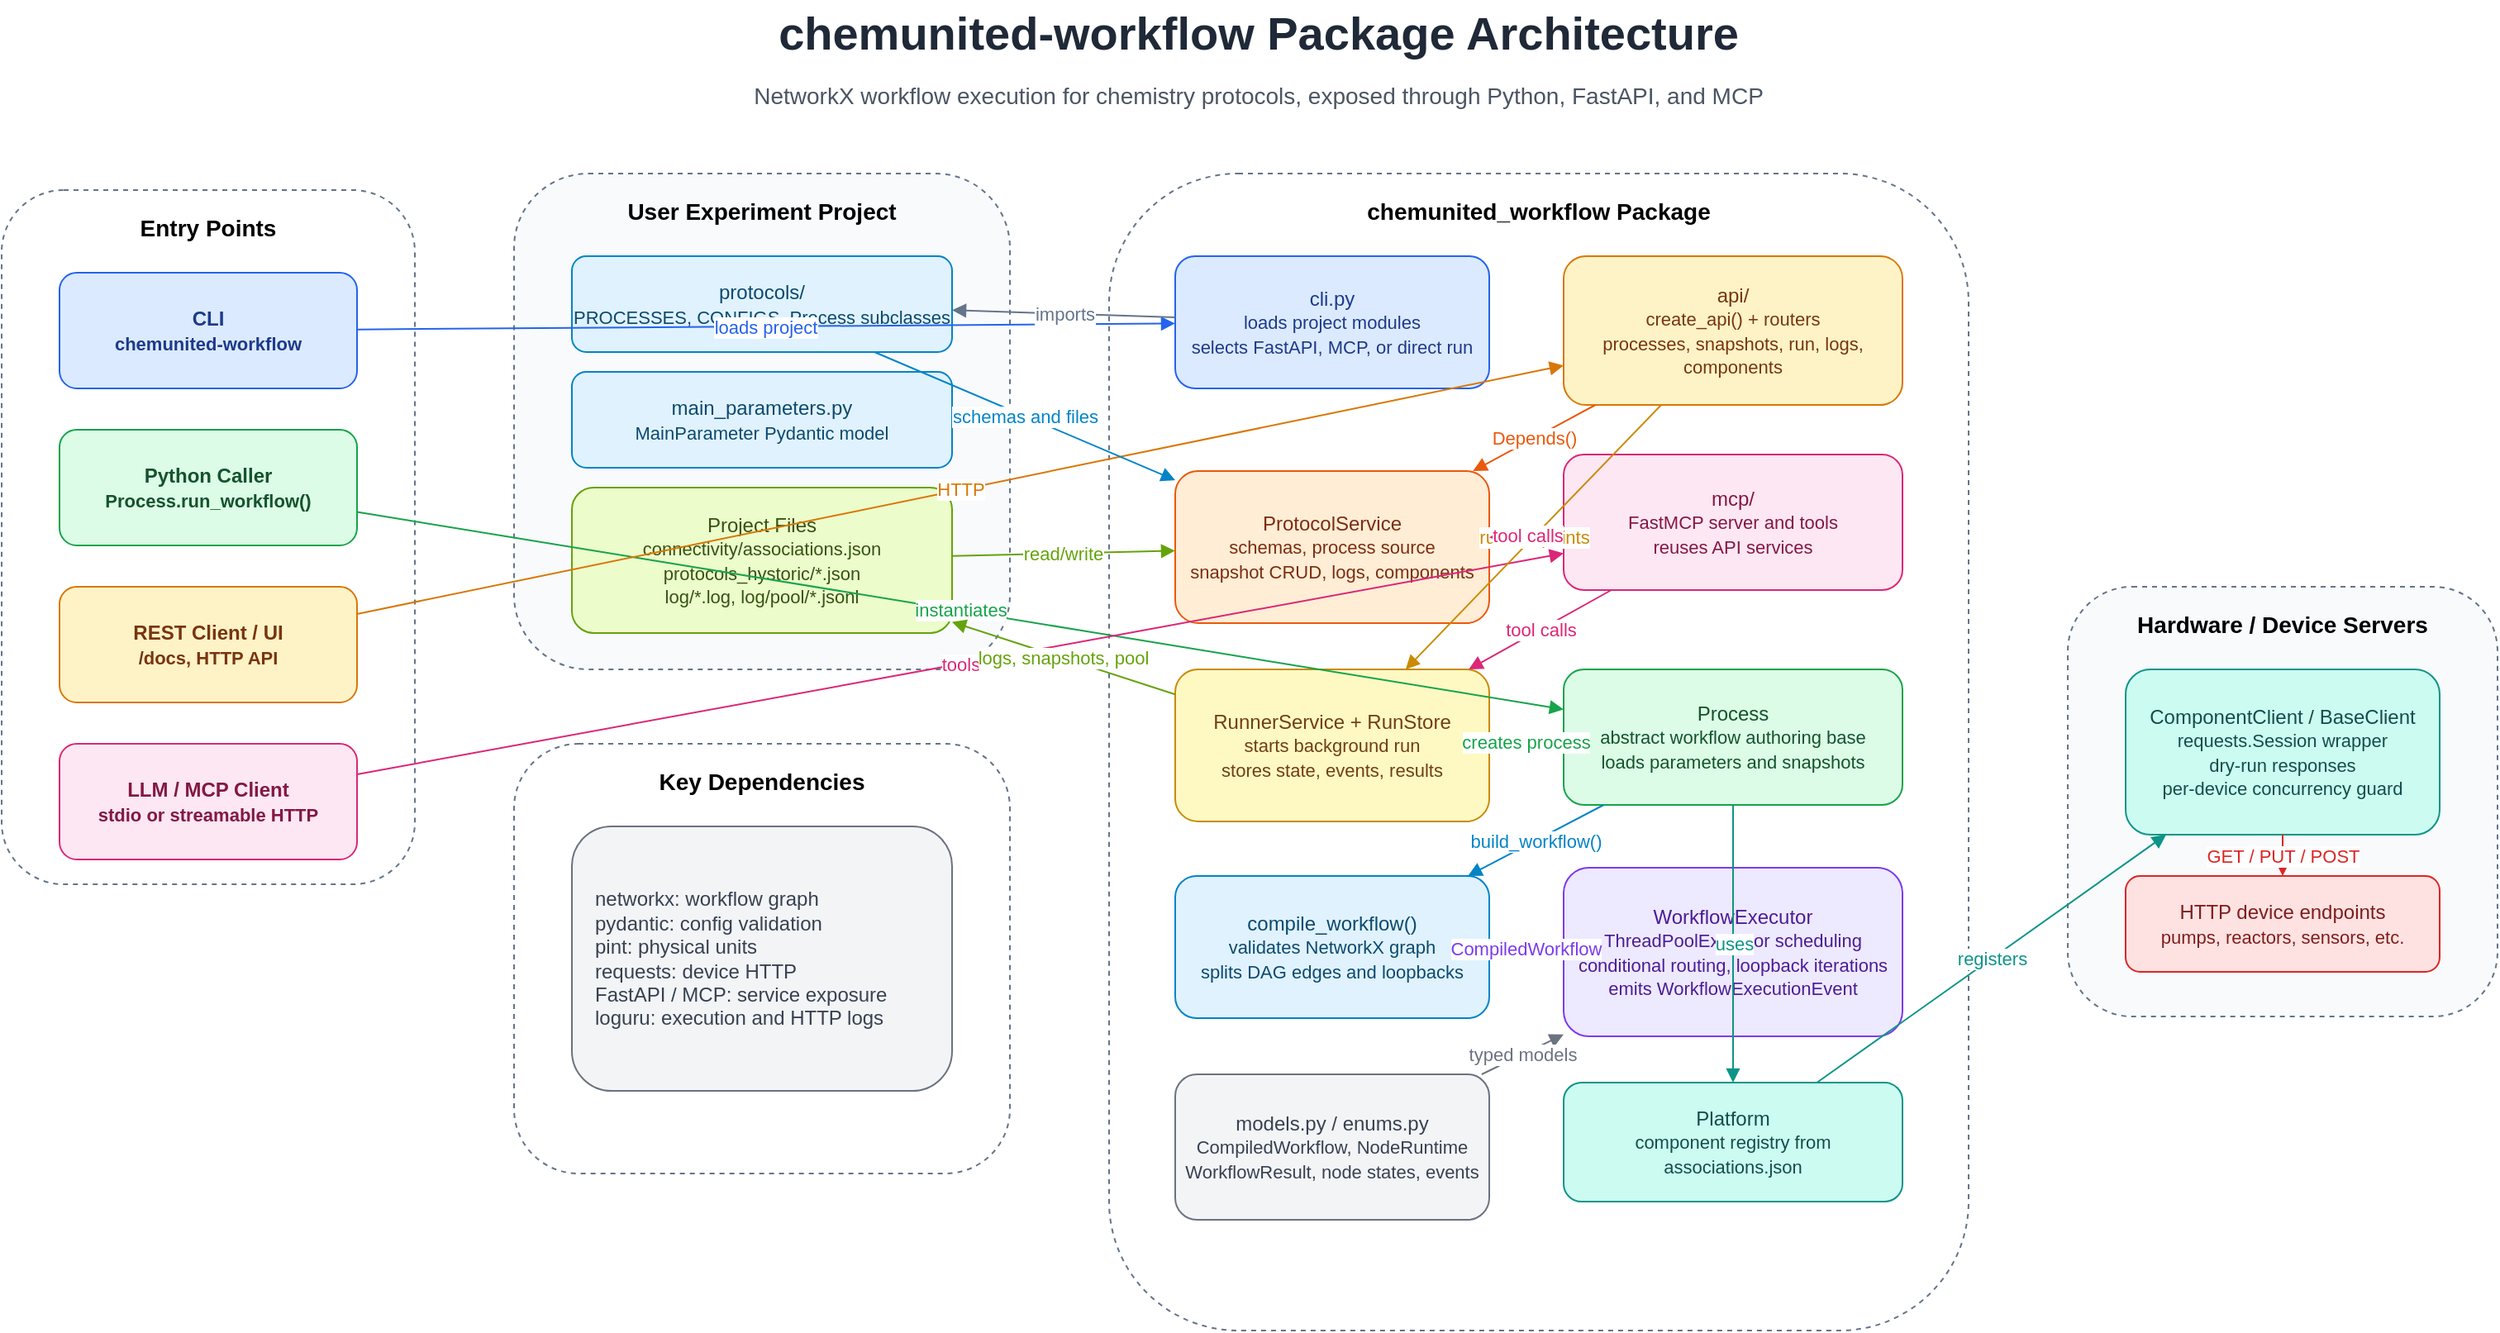
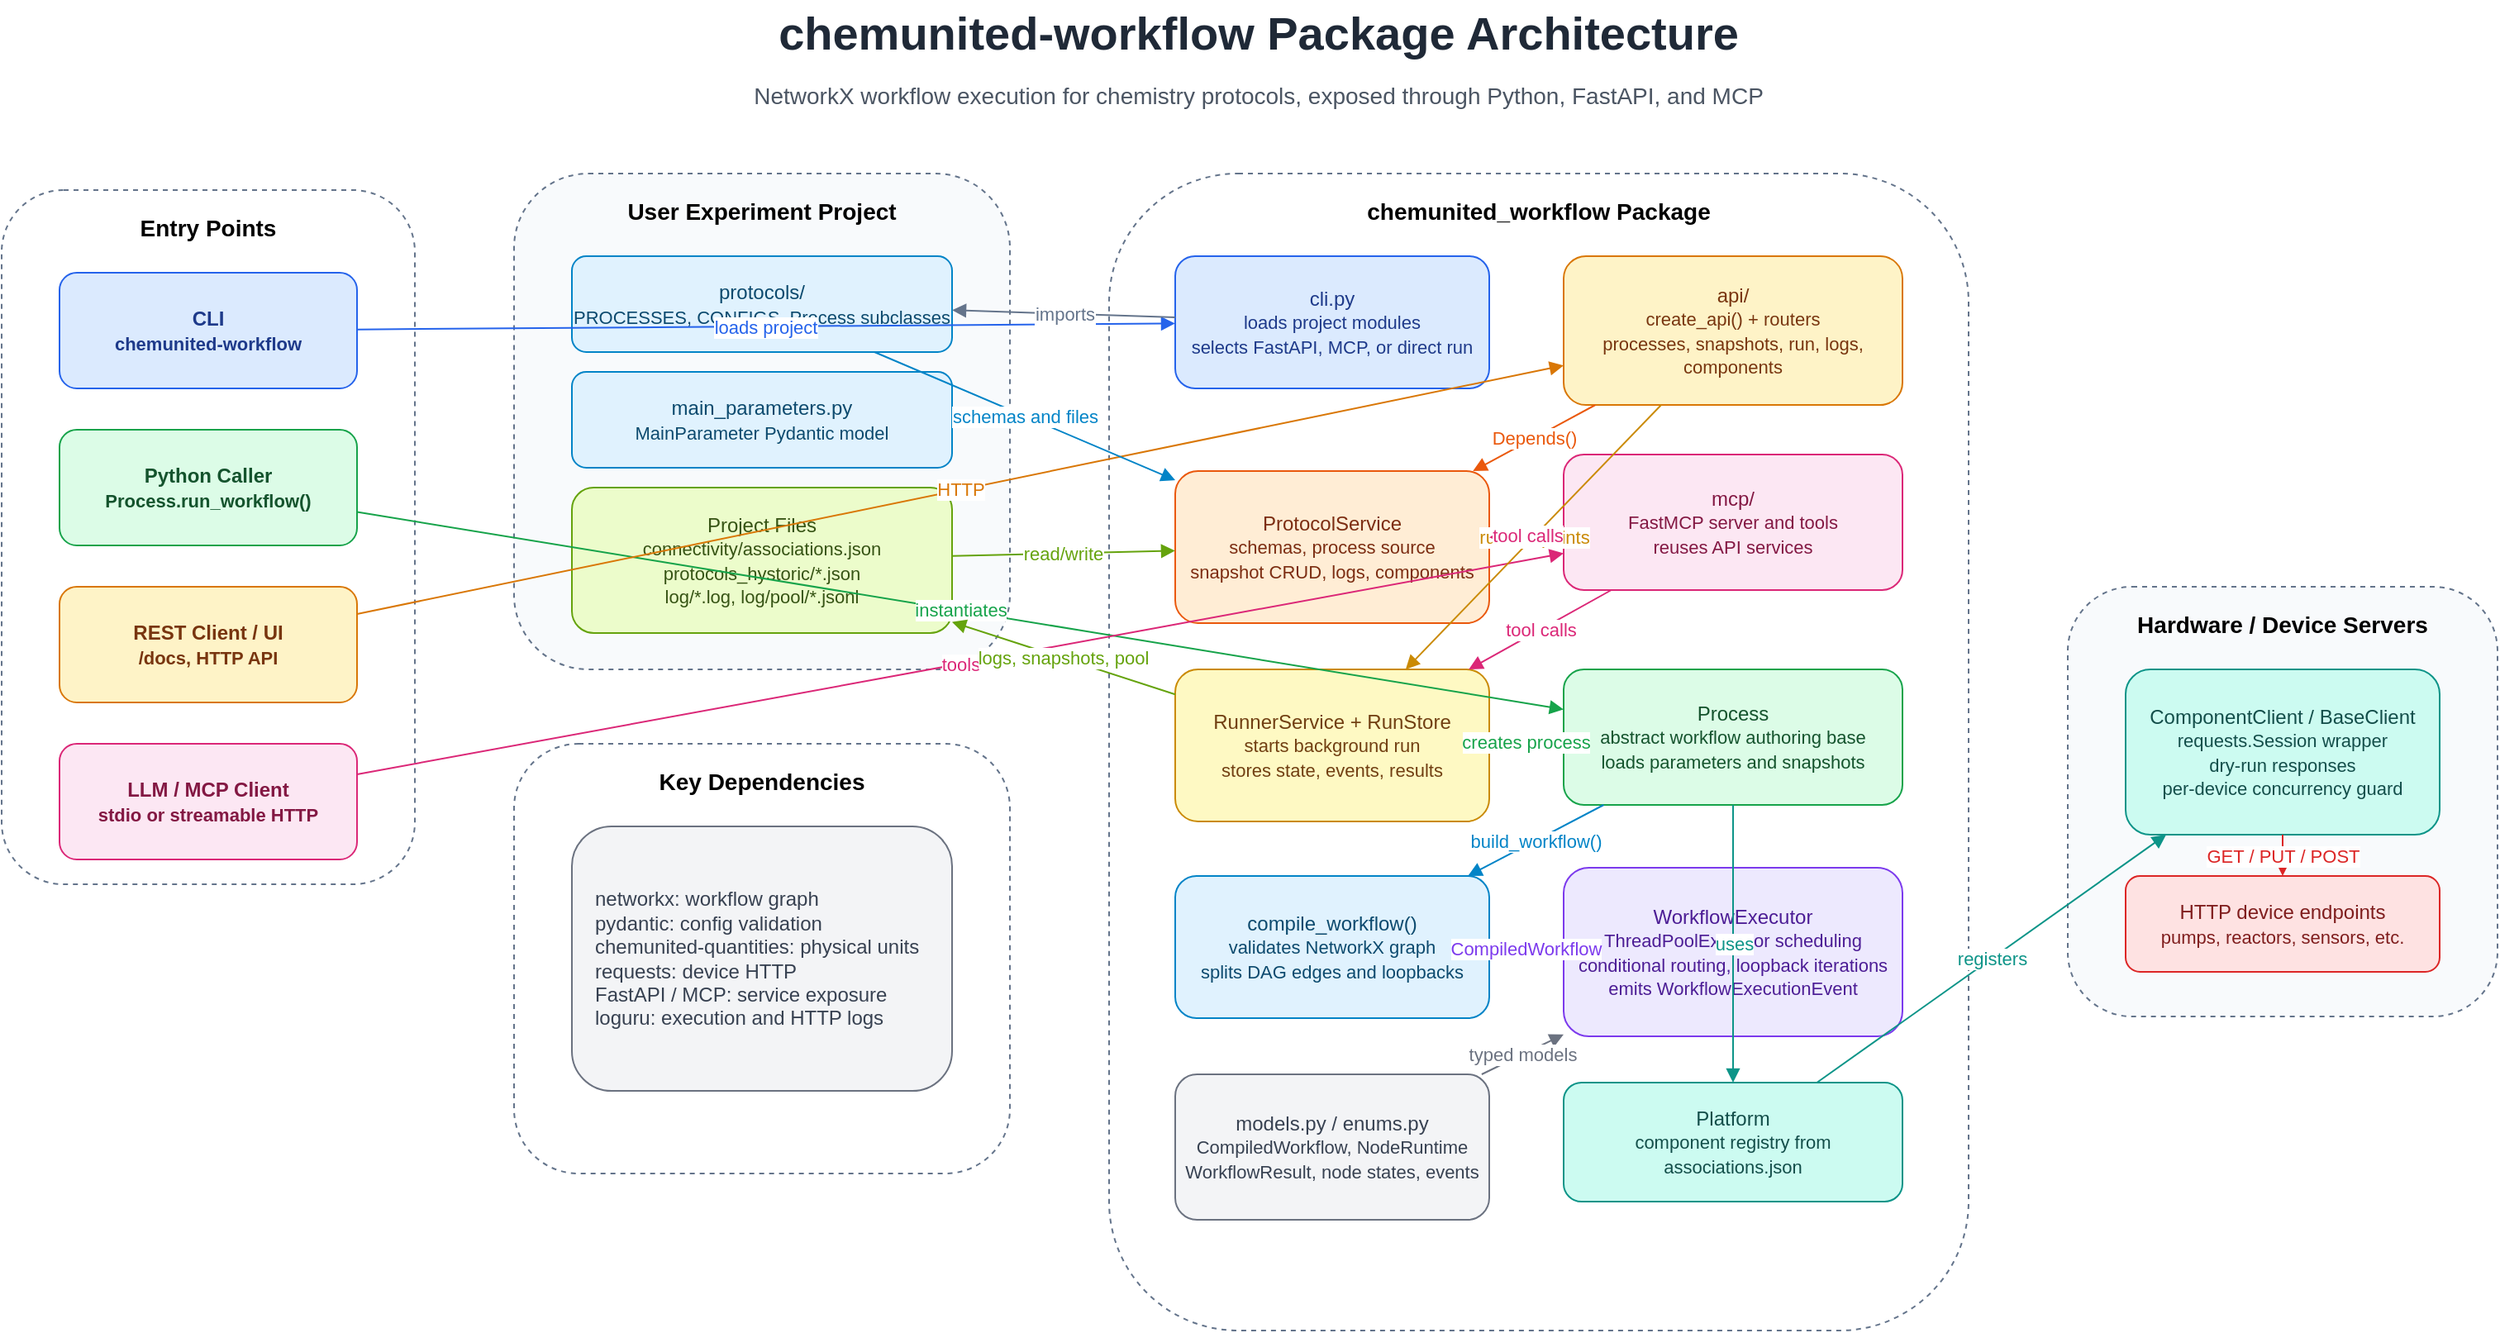
<mxfile host="app.diagrams.net" modified="2026-05-26T22:35:00.000Z" agent="Codex" version="24.7.17" type="device">
  <diagram id="architecture" name="Package Architecture">
    <mxGraphModel dx="1800" dy="1100" grid="1" gridSize="10" guides="1" tooltips="1" connect="1" arrows="1" fold="1" page="1" pageScale="1" pageWidth="1600" pageHeight="1100" math="0" shadow="0">
      <root>
        <mxCell id="0" />
        <mxCell id="1" parent="0" />
        <mxCell id="arch-title" value="chemunited-workflow Package Architecture" style="text;html=1;strokeColor=none;fillColor=none;align=center;verticalAlign=middle;fontSize=28;fontStyle=1;fontColor=#1f2937;" vertex="1" parent="1">
          <mxGeometry x="420" y="25" width="760" height="40" as="geometry" />
        </mxCell>
        <mxCell id="arch-subtitle" value="NetworkX workflow execution for chemistry protocols, exposed through Python, FastAPI, and MCP" style="text;html=1;strokeColor=none;fillColor=none;align=center;verticalAlign=middle;fontSize=14;fontColor=#4b5563;" vertex="1" parent="1">
          <mxGeometry x="355" y="68" width="890" height="30" as="geometry" />
        </mxCell>

        <mxCell id="ext-group" value="Entry Points" style="rounded=1;whiteSpace=wrap;html=1;dashed=1;strokeColor=#64748b;fillColor=none;fontStyle=1;fontSize=14;verticalAlign=top;spacingTop=8;" vertex="1" parent="1">
          <mxGeometry x="40" y="140" width="250" height="420" as="geometry" />
        </mxCell>
        <mxCell id="cli" value="CLI&lt;br&gt;&lt;font style=&quot;font-size: 11px&quot;&gt;chemunited-workflow&lt;/font&gt;" style="rounded=1;whiteSpace=wrap;html=1;fillColor=#dbeafe;strokeColor=#2563eb;fontStyle=1;fontColor=#1e3a8a;" vertex="1" parent="1">
          <mxGeometry x="75" y="190" width="180" height="70" as="geometry" />
        </mxCell>
        <mxCell id="python" value="Python Caller&lt;br&gt;&lt;font style=&quot;font-size: 11px&quot;&gt;Process.run_workflow()&lt;/font&gt;" style="rounded=1;whiteSpace=wrap;html=1;fillColor=#dcfce7;strokeColor=#16a34a;fontStyle=1;fontColor=#14532d;" vertex="1" parent="1">
          <mxGeometry x="75" y="285" width="180" height="70" as="geometry" />
        </mxCell>
        <mxCell id="rest-client" value="REST Client / UI&lt;br&gt;&lt;font style=&quot;font-size: 11px&quot;&gt;/docs, HTTP API&lt;/font&gt;" style="rounded=1;whiteSpace=wrap;html=1;fillColor=#fef3c7;strokeColor=#d97706;fontStyle=1;fontColor=#78350f;" vertex="1" parent="1">
          <mxGeometry x="75" y="380" width="180" height="70" as="geometry" />
        </mxCell>
        <mxCell id="mcp-client" value="LLM / MCP Client&lt;br&gt;&lt;font style=&quot;font-size: 11px&quot;&gt;stdio or streamable HTTP&lt;/font&gt;" style="rounded=1;whiteSpace=wrap;html=1;fillColor=#fce7f3;strokeColor=#db2777;fontStyle=1;fontColor=#831843;" vertex="1" parent="1">
          <mxGeometry x="75" y="475" width="180" height="70" as="geometry" />
        </mxCell>

        <mxCell id="project-group" value="User Experiment Project" style="rounded=1;whiteSpace=wrap;html=1;dashed=1;strokeColor=#64748b;fillColor=#f8fafc;fontStyle=1;fontSize=14;verticalAlign=top;spacingTop=8;" vertex="1" parent="1">
          <mxGeometry x="350" y="130" width="300" height="300" as="geometry" />
        </mxCell>
        <mxCell id="project-protocols" value="protocols/&lt;br&gt;&lt;font style=&quot;font-size: 11px&quot;&gt;PROCESSES, CONFIGS, Process subclasses&lt;/font&gt;" style="rounded=1;whiteSpace=wrap;html=1;fillColor=#e0f2fe;strokeColor=#0284c7;fontColor=#0c4a6e;" vertex="1" parent="1">
          <mxGeometry x="385" y="180" width="230" height="58" as="geometry" />
        </mxCell>
        <mxCell id="main-params" value="main_parameters.py&lt;br&gt;&lt;font style=&quot;font-size: 11px&quot;&gt;MainParameter Pydantic model&lt;/font&gt;" style="rounded=1;whiteSpace=wrap;html=1;fillColor=#e0f2fe;strokeColor=#0284c7;fontColor=#0c4a6e;" vertex="1" parent="1">
          <mxGeometry x="385" y="250" width="230" height="58" as="geometry" />
        </mxCell>
        <mxCell id="project-storage" value="Project Files&lt;br&gt;&lt;font style=&quot;font-size: 11px&quot;&gt;connectivity/associations.json&lt;br&gt;protocols_hystoric/*.json&lt;br&gt;log/*.log, log/pool/*.jsonl&lt;/font&gt;" style="rounded=1;whiteSpace=wrap;html=1;fillColor=#ecfccb;strokeColor=#65a30d;fontColor=#365314;" vertex="1" parent="1">
          <mxGeometry x="385" y="320" width="230" height="88" as="geometry" />
        </mxCell>

        <mxCell id="package-group" value="chemunited_workflow Package" style="rounded=1;whiteSpace=wrap;html=1;dashed=1;strokeColor=#64748b;fillColor=#ffffff;fontStyle=1;fontSize=14;verticalAlign=top;spacingTop=8;" vertex="1" parent="1">
          <mxGeometry x="710" y="130" width="520" height="700" as="geometry" />
        </mxCell>
        <mxCell id="cli-loader" value="cli.py&lt;br&gt;&lt;font style=&quot;font-size: 11px&quot;&gt;loads project modules&lt;br&gt;selects FastAPI, MCP, or direct run&lt;/font&gt;" style="rounded=1;whiteSpace=wrap;html=1;fillColor=#dbeafe;strokeColor=#2563eb;fontColor=#1e3a8a;" vertex="1" parent="1">
          <mxGeometry x="750" y="180" width="190" height="80" as="geometry" />
        </mxCell>
        <mxCell id="api-layer" value="api/&lt;br&gt;&lt;font style=&quot;font-size: 11px&quot;&gt;create_api() + routers&lt;br&gt;processes, snapshots, run, logs, components&lt;/font&gt;" style="rounded=1;whiteSpace=wrap;html=1;fillColor=#fef3c7;strokeColor=#d97706;fontColor=#78350f;" vertex="1" parent="1">
          <mxGeometry x="985" y="180" width="205" height="90" as="geometry" />
        </mxCell>
        <mxCell id="mcp-layer" value="mcp/&lt;br&gt;&lt;font style=&quot;font-size: 11px&quot;&gt;FastMCP server and tools&lt;br&gt;reuses API services&lt;/font&gt;" style="rounded=1;whiteSpace=wrap;html=1;fillColor=#fce7f3;strokeColor=#db2777;fontColor=#831843;" vertex="1" parent="1">
          <mxGeometry x="985" y="300" width="205" height="82" as="geometry" />
        </mxCell>
        <mxCell id="protocol-service" value="ProtocolService&lt;br&gt;&lt;font style=&quot;font-size: 11px&quot;&gt;schemas, process source&lt;br&gt;snapshot CRUD, logs, components&lt;/font&gt;" style="rounded=1;whiteSpace=wrap;html=1;fillColor=#ffedd5;strokeColor=#ea580c;fontColor=#7c2d12;" vertex="1" parent="1">
          <mxGeometry x="750" y="310" width="190" height="92" as="geometry" />
        </mxCell>
        <mxCell id="runner-service" value="RunnerService + RunStore&lt;br&gt;&lt;font style=&quot;font-size: 11px&quot;&gt;starts background run&lt;br&gt;stores state, events, results&lt;/font&gt;" style="rounded=1;whiteSpace=wrap;html=1;fillColor=#fef9c3;strokeColor=#ca8a04;fontColor=#713f12;" vertex="1" parent="1">
          <mxGeometry x="750" y="430" width="190" height="92" as="geometry" />
        </mxCell>
        <mxCell id="process-core" value="Process&lt;br&gt;&lt;font style=&quot;font-size: 11px&quot;&gt;abstract workflow authoring base&lt;br&gt;loads parameters and snapshots&lt;/font&gt;" style="rounded=1;whiteSpace=wrap;html=1;fillColor=#dcfce7;strokeColor=#16a34a;fontColor=#14532d;" vertex="1" parent="1">
          <mxGeometry x="985" y="430" width="205" height="82" as="geometry" />
        </mxCell>
        <mxCell id="compiler" value="compile_workflow()&lt;br&gt;&lt;font style=&quot;font-size: 11px&quot;&gt;validates NetworkX graph&lt;br&gt;splits DAG edges and loopbacks&lt;/font&gt;" style="rounded=1;whiteSpace=wrap;html=1;fillColor=#e0f2fe;strokeColor=#0284c7;fontColor=#0c4a6e;" vertex="1" parent="1">
          <mxGeometry x="750" y="555" width="190" height="86" as="geometry" />
        </mxCell>
        <mxCell id="executor" value="WorkflowExecutor&lt;br&gt;&lt;font style=&quot;font-size: 11px&quot;&gt;ThreadPoolExecutor scheduling&lt;br&gt;conditional routing, loopback iterations&lt;br&gt;emits WorkflowExecutionEvent&lt;/font&gt;" style="rounded=1;whiteSpace=wrap;html=1;fillColor=#ede9fe;strokeColor=#7c3aed;fontColor=#4c1d95;" vertex="1" parent="1">
          <mxGeometry x="985" y="550" width="205" height="102" as="geometry" />
        </mxCell>
        <mxCell id="models" value="models.py / enums.py&lt;br&gt;&lt;font style=&quot;font-size: 11px&quot;&gt;CompiledWorkflow, NodeRuntime&lt;br&gt;WorkflowResult, node states, events&lt;/font&gt;" style="rounded=1;whiteSpace=wrap;html=1;fillColor=#f3f4f6;strokeColor=#6b7280;fontColor=#374151;" vertex="1" parent="1">
          <mxGeometry x="750" y="675" width="190" height="88" as="geometry" />
        </mxCell>
        <mxCell id="platform" value="Platform&lt;br&gt;&lt;font style=&quot;font-size: 11px&quot;&gt;component registry from associations.json&lt;/font&gt;" style="rounded=1;whiteSpace=wrap;html=1;fillColor=#ccfbf1;strokeColor=#0d9488;fontColor=#134e4a;" vertex="1" parent="1">
          <mxGeometry x="985" y="680" width="205" height="72" as="geometry" />
        </mxCell>

        <mxCell id="device-group" value="Hardware / Device Servers" style="rounded=1;whiteSpace=wrap;html=1;dashed=1;strokeColor=#64748b;fillColor=#f8fafc;fontStyle=1;fontSize=14;verticalAlign=top;spacingTop=8;" vertex="1" parent="1">
          <mxGeometry x="1290" y="380" width="260" height="260" as="geometry" />
        </mxCell>
        <mxCell id="clients" value="ComponentClient / BaseClient&lt;br&gt;&lt;font style=&quot;font-size: 11px&quot;&gt;requests.Session wrapper&lt;br&gt;dry-run responses&lt;br&gt;per-device concurrency guard&lt;/font&gt;" style="rounded=1;whiteSpace=wrap;html=1;fillColor=#ccfbf1;strokeColor=#0d9488;fontColor=#134e4a;" vertex="1" parent="1">
          <mxGeometry x="1325" y="430" width="190" height="100" as="geometry" />
        </mxCell>
        <mxCell id="devices" value="HTTP device endpoints&lt;br&gt;&lt;font style=&quot;font-size: 11px&quot;&gt;pumps, reactors, sensors, etc.&lt;/font&gt;" style="rounded=1;whiteSpace=wrap;html=1;fillColor=#fee2e2;strokeColor=#dc2626;fontColor=#7f1d1d;" vertex="1" parent="1">
          <mxGeometry x="1325" y="555" width="190" height="58" as="geometry" />
        </mxCell>

        <mxCell id="lib-group" value="Key Dependencies" style="rounded=1;whiteSpace=wrap;html=1;dashed=1;strokeColor=#64748b;fillColor=none;fontStyle=1;fontSize=14;verticalAlign=top;spacingTop=8;" vertex="1" parent="1">
          <mxGeometry x="350" y="475" width="300" height="260" as="geometry" />
        </mxCell>
-         <mxCell id="libs" value="networkx: workflow graph&lt;br&gt;pydantic: config validation&lt;br&gt;pint: physical units&lt;br&gt;requests: device HTTP&lt;br&gt;FastAPI / MCP: service exposure&lt;br&gt;loguru: execution and HTTP logs" style="rounded=1;whiteSpace=wrap;html=1;fillColor=#f3f4f6;strokeColor=#6b7280;fontColor=#374151;align=left;spacingLeft=12;" vertex="1" parent="1">
+         <mxCell id="libs" value="networkx: workflow graph&lt;br&gt;pydantic: config validation&lt;br&gt;chemunited-quantities: physical units&lt;br&gt;requests: device HTTP&lt;br&gt;FastAPI / MCP: service exposure&lt;br&gt;loguru: execution and HTTP logs" style="rounded=1;whiteSpace=wrap;html=1;fillColor=#f3f4f6;strokeColor=#6b7280;fontColor=#374151;align=left;spacingLeft=12;" vertex="1" parent="1">
          <mxGeometry x="385" y="525" width="230" height="160" as="geometry" />
        </mxCell>

        <mxCell id="e-cli-loader" value="loads project" style="endArrow=block;html=1;rounded=0;strokeColor=#2563eb;fontColor=#2563eb;" edge="1" parent="1" source="cli" target="cli-loader">
          <mxGeometry relative="1" as="geometry" />
        </mxCell>
        <mxCell id="e-python-process" value="instantiates" style="endArrow=block;html=1;rounded=0;strokeColor=#16a34a;fontColor=#16a34a;" edge="1" parent="1" source="python" target="process-core">
          <mxGeometry relative="1" as="geometry" />
        </mxCell>
        <mxCell id="e-rest-api" value="HTTP" style="endArrow=block;html=1;rounded=0;strokeColor=#d97706;fontColor=#d97706;" edge="1" parent="1" source="rest-client" target="api-layer">
          <mxGeometry relative="1" as="geometry" />
        </mxCell>
        <mxCell id="e-mcp" value="tools" style="endArrow=block;html=1;rounded=0;strokeColor=#db2777;fontColor=#db2777;" edge="1" parent="1" source="mcp-client" target="mcp-layer">
          <mxGeometry relative="1" as="geometry" />
        </mxCell>
        <mxCell id="e-cli-project" value="imports" style="endArrow=block;html=1;rounded=0;strokeColor=#64748b;fontColor=#64748b;" edge="1" parent="1" source="cli-loader" target="project-protocols">
          <mxGeometry relative="1" as="geometry" />
        </mxCell>
        <mxCell id="e-project-service" value="schemas and files" style="endArrow=block;html=1;rounded=0;strokeColor=#0284c7;fontColor=#0284c7;" edge="1" parent="1" source="project-protocols" target="protocol-service">
          <mxGeometry relative="1" as="geometry" />
        </mxCell>
        <mxCell id="e-storage-protocol" value="read/write" style="endArrow=block;html=1;rounded=0;strokeColor=#65a30d;fontColor=#65a30d;" edge="1" parent="1" source="project-storage" target="protocol-service">
          <mxGeometry relative="1" as="geometry" />
        </mxCell>
        <mxCell id="e-api-protocol" value="Depends()" style="endArrow=block;html=1;rounded=0;strokeColor=#ea580c;fontColor=#ea580c;" edge="1" parent="1" source="api-layer" target="protocol-service">
          <mxGeometry relative="1" as="geometry" />
        </mxCell>
        <mxCell id="e-api-runner" value="run endpoints" style="endArrow=block;html=1;rounded=0;strokeColor=#ca8a04;fontColor=#ca8a04;" edge="1" parent="1" source="api-layer" target="runner-service">
          <mxGeometry relative="1" as="geometry" />
        </mxCell>
        <mxCell id="e-mcp-protocol" value="tool calls" style="endArrow=block;html=1;rounded=0;strokeColor=#db2777;fontColor=#db2777;" edge="1" parent="1" source="mcp-layer" target="protocol-service">
          <mxGeometry relative="1" as="geometry" />
        </mxCell>
        <mxCell id="e-mcp-runner" value="tool calls" style="endArrow=block;html=1;rounded=0;strokeColor=#db2777;fontColor=#db2777;" edge="1" parent="1" source="mcp-layer" target="runner-service">
          <mxGeometry relative="1" as="geometry" />
        </mxCell>
        <mxCell id="e-runner-process" value="creates process" style="endArrow=block;html=1;rounded=0;strokeColor=#16a34a;fontColor=#16a34a;" edge="1" parent="1" source="runner-service" target="process-core">
          <mxGeometry relative="1" as="geometry" />
        </mxCell>
        <mxCell id="e-process-compiler" value="build_workflow()" style="endArrow=block;html=1;rounded=0;strokeColor=#0284c7;fontColor=#0284c7;" edge="1" parent="1" source="process-core" target="compiler">
          <mxGeometry relative="1" as="geometry" />
        </mxCell>
        <mxCell id="e-compiler-executor" value="CompiledWorkflow" style="endArrow=block;html=1;rounded=0;strokeColor=#7c3aed;fontColor=#7c3aed;" edge="1" parent="1" source="compiler" target="executor">
          <mxGeometry relative="1" as="geometry" />
        </mxCell>
        <mxCell id="e-models-core" value="typed models" style="endArrow=block;html=1;rounded=0;strokeColor=#6b7280;fontColor=#6b7280;" edge="1" parent="1" source="models" target="executor">
          <mxGeometry relative="1" as="geometry" />
        </mxCell>
        <mxCell id="e-process-platform" value="uses" style="endArrow=block;html=1;rounded=0;strokeColor=#0d9488;fontColor=#0d9488;" edge="1" parent="1" source="process-core" target="platform">
          <mxGeometry relative="1" as="geometry" />
        </mxCell>
        <mxCell id="e-platform-clients" value="registers" style="endArrow=block;html=1;rounded=0;strokeColor=#0d9488;fontColor=#0d9488;" edge="1" parent="1" source="platform" target="clients">
          <mxGeometry relative="1" as="geometry" />
        </mxCell>
        <mxCell id="e-clients-devices" value="GET / PUT / POST" style="endArrow=block;html=1;rounded=0;strokeColor=#dc2626;fontColor=#dc2626;" edge="1" parent="1" source="clients" target="devices">
          <mxGeometry relative="1" as="geometry" />
        </mxCell>
        <mxCell id="e-runner-storage" value="logs, snapshots, pool" style="endArrow=block;html=1;rounded=0;strokeColor=#65a30d;fontColor=#65a30d;" edge="1" parent="1" source="runner-service" target="project-storage">
          <mxGeometry relative="1" as="geometry" />
        </mxCell>
      </root>
    </mxGraphModel>
  </diagram>

  <diagram id="api-endpoints" name="API Endpoints">
    <mxGraphModel dx="1800" dy="1200" grid="1" gridSize="10" guides="1" tooltips="1" connect="1" arrows="1" fold="1" page="1" pageScale="1" pageWidth="1600" pageHeight="1200" math="0" shadow="0">
      <root>
        <mxCell id="0" />
        <mxCell id="1" parent="0" />
        <mxCell id="api-title" value="FastAPI Endpoint Surface" style="text;html=1;strokeColor=none;fillColor=none;align=center;verticalAlign=middle;fontSize=28;fontStyle=1;fontColor=#1f2937;" vertex="1" parent="1">
          <mxGeometry x="430" y="25" width="740" height="40" as="geometry" />
        </mxCell>
        <mxCell id="api-subtitle" value="Routes included by chemunited_workflow.api.create_api(project_dir, processes, configs, main_parameter_class, enable_builder)" style="text;html=1;strokeColor=none;fillColor=none;align=center;verticalAlign=middle;fontSize=13;fontColor=#4b5563;" vertex="1" parent="1">
          <mxGeometry x="250" y="70" width="1100" height="30" as="geometry" />
        </mxCell>

        <mxCell id="api-root" value="Root and Docs&lt;br&gt;&lt;font style=&quot;font-size: 12px&quot;&gt;GET / - redirects to /docs&lt;br&gt;GET /docs - Swagger UI&lt;/font&gt;" style="rounded=1;whiteSpace=wrap;html=1;fillColor=#f3f4f6;strokeColor=#6b7280;fontColor=#374151;align=left;spacingLeft=12;fontStyle=1;" vertex="1" parent="1">
          <mxGeometry x="570" y="125" width="460" height="80" as="geometry" />
        </mxCell>

        <mxCell id="proc-box" value="Processes Router&lt;br&gt;&lt;font style=&quot;font-size: 12px&quot;&gt;GET /processes/&lt;br&gt;GET /processes/{name}/schema&lt;br&gt;GET /processes/{name}/source&lt;/font&gt;" style="rounded=1;whiteSpace=wrap;html=1;fillColor=#e0f2fe;strokeColor=#0284c7;fontColor=#0c4a6e;align=left;spacingLeft=12;fontStyle=1;" vertex="1" parent="1">
          <mxGeometry x="70" y="250" width="310" height="145" as="geometry" />
        </mxCell>
        <mxCell id="snap-box" value="Snapshots Router&lt;br&gt;&lt;font style=&quot;font-size: 12px&quot;&gt;GET /snapshots/&lt;br&gt;GET /snapshots/{filename}&lt;br&gt;POST /snapshots/ (builder mode)&lt;br&gt;DELETE /snapshots/{filename} (builder mode)&lt;/font&gt;" style="rounded=1;whiteSpace=wrap;html=1;fillColor=#ecfccb;strokeColor=#65a30d;fontColor=#365314;align=left;spacingLeft=12;fontStyle=1;" vertex="1" parent="1">
          <mxGeometry x="445" y="250" width="330" height="160" as="geometry" />
        </mxCell>
        <mxCell id="run-box" value="Run Router&lt;br&gt;&lt;font style=&quot;font-size: 12px&quot;&gt;POST /run/&lt;br&gt;GET /run/active&lt;br&gt;GET /run/{run_id}/status&lt;br&gt;GET /run/{run_id}/report&lt;br&gt;GET /run/{run_id}/stream (SSE)&lt;br&gt;GET /run/pool&lt;br&gt;DELETE /run/{run_id}&lt;/font&gt;" style="rounded=1;whiteSpace=wrap;html=1;fillColor=#fef3c7;strokeColor=#d97706;fontColor=#78350f;align=left;spacingLeft=12;fontStyle=1;" vertex="1" parent="1">
          <mxGeometry x="840" y="250" width="330" height="235" as="geometry" />
        </mxCell>
        <mxCell id="logs-box" value="Logs Router&lt;br&gt;&lt;font style=&quot;font-size: 12px&quot;&gt;GET /logs/&lt;br&gt;GET /logs/search?query=...&amp;amp;max_results=50&lt;br&gt;GET /logs/{filename}?tail=N&lt;br&gt;POST /logs/{filename}/archive&lt;/font&gt;" style="rounded=1;whiteSpace=wrap;html=1;fillColor=#fee2e2;strokeColor=#dc2626;fontColor=#7f1d1d;align=left;spacingLeft=12;fontStyle=1;" vertex="1" parent="1">
          <mxGeometry x="1235" y="250" width="310" height="165" as="geometry" />
        </mxCell>
        <mxCell id="components-box" value="Components Router&lt;br&gt;&lt;font style=&quot;font-size: 12px&quot;&gt;GET /components/&lt;br&gt;GET /components/ping?timeout=2.0&lt;/font&gt;" style="rounded=1;whiteSpace=wrap;html=1;fillColor=#ccfbf1;strokeColor=#0d9488;fontColor=#134e4a;align=left;spacingLeft=12;fontStyle=1;" vertex="1" parent="1">
          <mxGeometry x="70" y="520" width="310" height="120" as="geometry" />
        </mxCell>
        <mxCell id="builder-note" value="Builder Mode Switch&lt;br&gt;&lt;font style=&quot;font-size: 12px&quot;&gt;enable_builder=True includes snapshot write/delete routes.&lt;br&gt;enable_builder=False exposes read and run routes only.&lt;/font&gt;" style="rounded=1;whiteSpace=wrap;html=1;fillColor=#f3f4f6;strokeColor=#6b7280;fontColor=#374151;align=left;spacingLeft=12;fontStyle=1;" vertex="1" parent="1">
          <mxGeometry x="445" y="535" width="330" height="105" as="geometry" />
        </mxCell>
        <mxCell id="api-services" value="Service Layer&lt;br&gt;&lt;font style=&quot;font-size: 12px&quot;&gt;ProtocolService: processes, schemas, snapshots, logs, components&lt;br&gt;RunnerService: start/cancel/report, background execution&lt;br&gt;RunStore: active run, state, events, results&lt;/font&gt;" style="rounded=1;whiteSpace=wrap;html=1;fillColor=#ffedd5;strokeColor=#ea580c;fontColor=#7c2d12;align=left;spacingLeft=12;fontStyle=1;" vertex="1" parent="1">
          <mxGeometry x="840" y="535" width="705" height="125" as="geometry" />
        </mxCell>

        <mxCell id="api-project" value="Project Directory Data&lt;br&gt;&lt;font style=&quot;font-size: 12px&quot;&gt;protocols/ for process source and schemas&lt;br&gt;protocols_hystoric/ for snapshots&lt;br&gt;connectivity/associations.json for components&lt;br&gt;log/ and log/archive/ for execution logs&lt;br&gt;log/pool/*.jsonl for live device command polling&lt;/font&gt;" style="rounded=1;whiteSpace=wrap;html=1;fillColor=#f8fafc;strokeColor=#64748b;fontColor=#334155;align=left;spacingLeft=12;fontStyle=1;" vertex="1" parent="1">
          <mxGeometry x="70" y="735" width="505" height="175" as="geometry" />
        </mxCell>
        <mxCell id="api-execution" value="Execution Path&lt;br&gt;&lt;font style=&quot;font-size: 12px&quot;&gt;POST /run/ reads a snapshot, validates process configs, creates Platform from connectivity, compiles each Process graph, then WorkflowExecutor emits events for status polling or SSE streaming.&lt;/font&gt;" style="rounded=1;whiteSpace=wrap;html=1;fillColor=#ede9fe;strokeColor=#7c3aed;fontColor=#4c1d95;align=left;spacingLeft=12;fontStyle=1;" vertex="1" parent="1">
          <mxGeometry x="650" y="735" width="505" height="120" as="geometry" />
        </mxCell>
        <mxCell id="api-devices" value="Device Visibility&lt;br&gt;&lt;font style=&quot;font-size: 12px&quot;&gt;GET /run/pool drains pending device commands from JSONL pool files.&lt;br&gt;GET /components/ping checks mapped device URLs with HTTP GET.&lt;/font&gt;" style="rounded=1;whiteSpace=wrap;html=1;fillColor=#ccfbf1;strokeColor=#0d9488;fontColor=#134e4a;align=left;spacingLeft=12;fontStyle=1;" vertex="1" parent="1">
          <mxGeometry x="1235" y="735" width="310" height="120" as="geometry" />
        </mxCell>

        <mxCell id="e-root-proc" value="" style="endArrow=block;html=1;rounded=0;strokeColor=#64748b;" edge="1" parent="1" source="api-root" target="proc-box">
          <mxGeometry relative="1" as="geometry" />
        </mxCell>
        <mxCell id="e-root-snap" value="" style="endArrow=block;html=1;rounded=0;strokeColor=#64748b;" edge="1" parent="1" source="api-root" target="snap-box">
          <mxGeometry relative="1" as="geometry" />
        </mxCell>
        <mxCell id="e-root-run" value="" style="endArrow=block;html=1;rounded=0;strokeColor=#64748b;" edge="1" parent="1" source="api-root" target="run-box">
          <mxGeometry relative="1" as="geometry" />
        </mxCell>
        <mxCell id="e-root-logs" value="" style="endArrow=block;html=1;rounded=0;strokeColor=#64748b;" edge="1" parent="1" source="api-root" target="logs-box">
          <mxGeometry relative="1" as="geometry" />
        </mxCell>
        <mxCell id="e-proc-service" value="Depends" style="endArrow=block;html=1;rounded=0;strokeColor=#0284c7;fontColor=#0284c7;" edge="1" parent="1" source="proc-box" target="api-services">
          <mxGeometry relative="1" as="geometry" />
        </mxCell>
        <mxCell id="e-snap-service" value="Depends" style="endArrow=block;html=1;rounded=0;strokeColor=#65a30d;fontColor=#65a30d;" edge="1" parent="1" source="snap-box" target="api-services">
          <mxGeometry relative="1" as="geometry" />
        </mxCell>
        <mxCell id="e-run-service" value="Depends" style="endArrow=block;html=1;rounded=0;strokeColor=#d97706;fontColor=#d97706;" edge="1" parent="1" source="run-box" target="api-services">
          <mxGeometry relative="1" as="geometry" />
        </mxCell>
        <mxCell id="e-logs-service" value="Depends" style="endArrow=block;html=1;rounded=0;strokeColor=#dc2626;fontColor=#dc2626;" edge="1" parent="1" source="logs-box" target="api-services">
          <mxGeometry relative="1" as="geometry" />
        </mxCell>
        <mxCell id="e-components-service" value="Depends" style="endArrow=block;html=1;rounded=0;strokeColor=#0d9488;fontColor=#0d9488;" edge="1" parent="1" source="components-box" target="api-services">
          <mxGeometry relative="1" as="geometry" />
        </mxCell>
        <mxCell id="e-services-project" value="read/write" style="endArrow=block;html=1;rounded=0;strokeColor=#64748b;fontColor=#64748b;" edge="1" parent="1" source="api-services" target="api-project">
          <mxGeometry relative="1" as="geometry" />
        </mxCell>
        <mxCell id="e-services-exec" value="run workflow" style="endArrow=block;html=1;rounded=0;strokeColor=#7c3aed;fontColor=#7c3aed;" edge="1" parent="1" source="api-services" target="api-execution">
          <mxGeometry relative="1" as="geometry" />
        </mxCell>
        <mxCell id="e-exec-devices" value="pool + ping" style="endArrow=block;html=1;rounded=0;strokeColor=#0d9488;fontColor=#0d9488;" edge="1" parent="1" source="api-execution" target="api-devices">
          <mxGeometry relative="1" as="geometry" />
        </mxCell>
      </root>
    </mxGraphModel>
  </diagram>
</mxfile>
